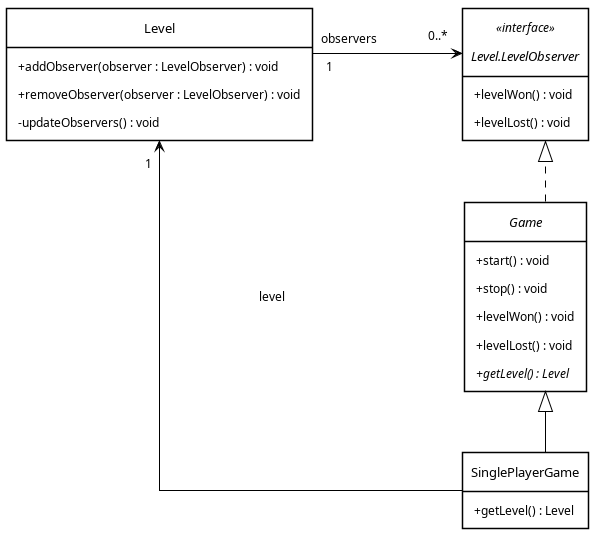
Earlier version of the PlantUML export observer.png (Suhaib-Ben-Zreiba/reliable-broker). Its source is kept beside it as observer.puml.
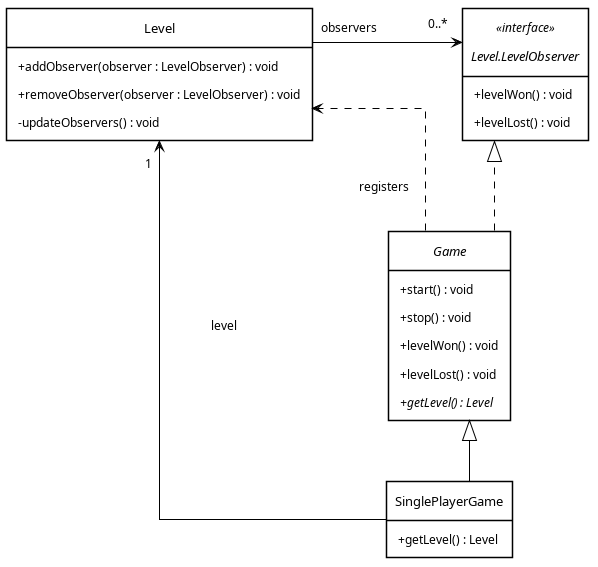
Later version of the same file.

Commit message:
Add Game→Level registers dependency; drop observers Level-end 1.

Reflect Game.start() addObserver registration as a labelled dependency,
and remove the unsupported Level-end multiplicity on observers.

The edit, as a diff of the source:
```diff
@@ -45,9 +45,11 @@
   + getLevel() : Level
 }
 
-Level "1" --> "0..*" LevelObserver : observers
+Level --> "0..*" LevelObserver : observers
 
 Game ..|> LevelObserver
+
+Game ..> Level : registers
 
 SinglePlayerGame --|> Game
 
```
